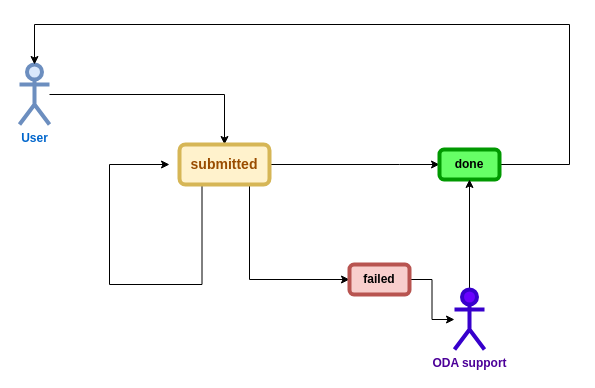
oda-hub/oda_api keeps this draw.io diagram as doc/source/user_guide/job-cycle.drawio. Above is the earlier version. Source tidied: cells renumbered, new cells numbered last; positions are measured from the earlier drawing's top-left corner, leaving out a move shared by most shapes. Both pictures are drawn from the tidied source at 100%, with x=0, y=0 at pixel (19, 24).
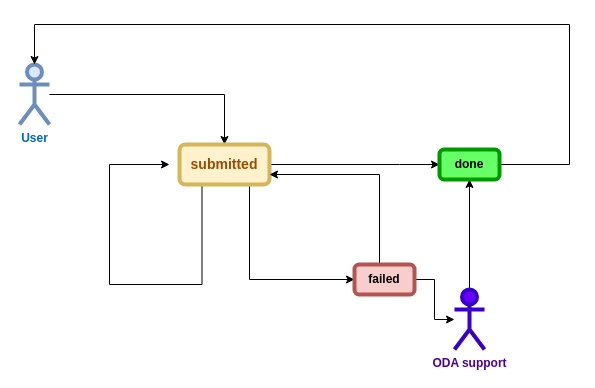
The same page after the edit.

Unchanged cells that the change refers to:
```xml
<mxCell id="7" value="&lt;font color=&quot;#994C00&quot;&gt;&lt;b&gt;&lt;font style=&quot;font-size: 14px;&quot;&gt;submitted&lt;/font&gt;&lt;/b&gt;&lt;/font&gt;" style="rounded=1;whiteSpace=wrap;html=1;strokeWidth=4;fillColor=#fff2cc;strokeColor=#d6b656;" parent="1" vertex="1">
  <mxGeometry x="160" y="120" width="90" height="40" as="geometry" />
</mxCell>
```

The edit, as a diff of the source:
```diff
@@
+    <mxCell id="14" style="edgeStyle=orthogonalEdgeStyle;rounded=0;jettySize=auto;html=1;entryX=1;entryY=0.75;entryDx=0;entryDy=0;fontSize=14;fontColor=#0066CC;" parent="1" edge="1" source="11" target="7">
+      <mxGeometry relative="1" as="geometry">
+        <Array as="points">
+          <mxPoint x="360" y="150" />
+        </Array>
+      </mxGeometry>
+    </mxCell>
     <mxCell id="11" value="&lt;b&gt;failed&lt;/b&gt;" style="rounded=1;whiteSpace=wrap;html=1;strokeWidth=4;fillColor=#f8cecc;strokeColor=#b85450;" parent="1" vertex="1">
-      <mxGeometry x="330" y="240" width="60" height="30" as="geometry" />
+      <mxGeometry x="335" y="240" width="60" height="30" as="geometry" />
     </mxCell>
```
